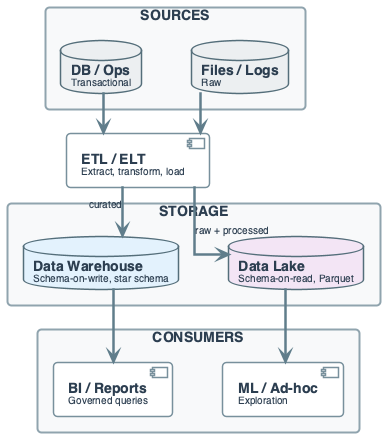
The PlantUML diagram diagrams/week05/week5_dwh_vs_lake.png in OrPerets/data-engineering-course, before a commit. Source of this version:
```plantuml
@startuml

top to bottom direction
skinparam linetype ortho
skinparam shadowing false
skinparam roundcorner 8
skinparam handwritten false
skinparam nodesep 50
skinparam ranksep 40

skinparam defaultFontName "Segoe UI, Helvetica, sans-serif"
skinparam defaultFontSize 16
skinparam defaultFontColor #2C3E50

skinparam rectangle {
    BackgroundColor #F8F9FA
    BorderColor #90A4AE
    BorderThickness 2
    FontSize 14
    Padding 14
}
skinparam component {
    BackgroundColor #FFFFFF
    BorderColor #78909C
    BorderThickness 1.5
    FontSize 14
    Padding 12
}
skinparam database {
    BackgroundColor #ECEFF1
    BorderColor #546E7A
    BorderThickness 1.5
    FontSize 14
}
skinparam arrow {
    Color #607D8B
    Thickness 2.5
    FontSize 11
}

rectangle "SOURCES" #F8F9FA {
    database "**DB / Ops**\n<size:10>Transactional</size>" as S1
    database "**Files / Logs**\n<size:10>Raw</size>" as S2
    S1 -[hidden]right- S2
}

component "**ETL / ELT**\n<size:10>Extract, transform, load</size>" as ETL

rectangle "STORAGE" #F8F9FA {
    database "**Data Warehouse**\n<size:10>Schema-on-write, star schema</size>" as DWH #E3F2FD
    database "**Data Lake**\n<size:10>Schema-on-read, Parquet</size>" as LAKE #F3E5F5
    DWH -[hidden]right- LAKE
}

rectangle "CONSUMERS" #F8F9FA {
    component "**BI / Reports**\n<size:10>Governed queries</size>" as BI
    component "**ML / Ad-hoc**\n<size:10>Exploration</size>" as ML
    BI -[hidden]right- ML
}

S1 -down-> ETL
S2 -down-> ETL
ETL -down-> DWH : <size:10>curated</size>
ETL -down-> LAKE : <size:10>raw + processed</size>
DWH -down-> BI
LAKE -down-> ML

@enduml
```
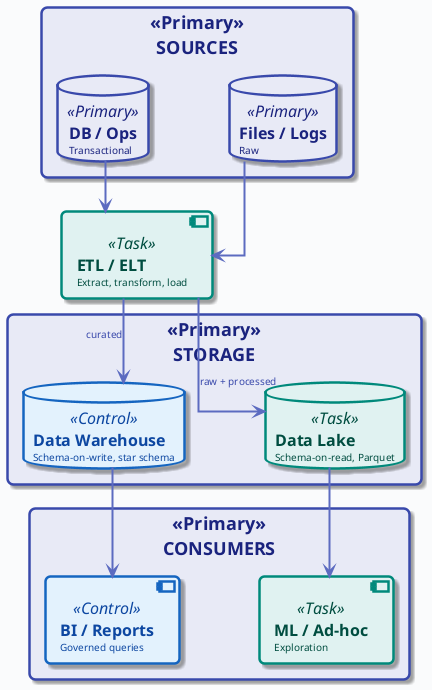
After the change.

Diff of the diagram source:
```diff
@@ -1,60 +1,26 @@
 @startuml
 
+!include ../_template_styles.puml
+
 top to bottom direction
-skinparam linetype ortho
-skinparam shadowing false
-skinparam roundcorner 8
-skinparam handwritten false
-skinparam nodesep 50
-skinparam ranksep 40
 
-skinparam defaultFontName "Segoe UI, Helvetica, sans-serif"
-skinparam defaultFontSize 16
-skinparam defaultFontColor #2C3E50
-
-skinparam rectangle {
-    BackgroundColor #F8F9FA
-    BorderColor #90A4AE
-    BorderThickness 2
-    FontSize 14
-    Padding 14
-}
-skinparam component {
-    BackgroundColor #FFFFFF
-    BorderColor #78909C
-    BorderThickness 1.5
-    FontSize 14
-    Padding 12
-}
-skinparam database {
-    BackgroundColor #ECEFF1
-    BorderColor #546E7A
-    BorderThickness 1.5
-    FontSize 14
-}
-skinparam arrow {
-    Color #607D8B
-    Thickness 2.5
-    FontSize 11
-}
-
-rectangle "SOURCES" #F8F9FA {
-    database "**DB / Ops**\n<size:10>Transactional</size>" as S1
-    database "**Files / Logs**\n<size:10>Raw</size>" as S2
+rectangle "SOURCES" <<Primary>> {
+    database "**DB / Ops**\n<size:10>Transactional</size>" as S1 <<Primary>>
+    database "**Files / Logs**\n<size:10>Raw</size>" as S2 <<Primary>>
     S1 -[hidden]right- S2
 }
 
-component "**ETL / ELT**\n<size:10>Extract, transform, load</size>" as ETL
+component "**ETL / ELT**\n<size:10>Extract, transform, load</size>" as ETL <<Task>>
 
-rectangle "STORAGE" #F8F9FA {
-    database "**Data Warehouse**\n<size:10>Schema-on-write, star schema</size>" as DWH #E3F2FD
-    database "**Data Lake**\n<size:10>Schema-on-read, Parquet</size>" as LAKE #F3E5F5
+rectangle "STORAGE" <<Primary>> {
+    database "**Data Warehouse**\n<size:10>Schema-on-write, star schema</size>" as DWH <<Control>>
+    database "**Data Lake**\n<size:10>Schema-on-read, Parquet</size>" as LAKE <<Task>>
     DWH -[hidden]right- LAKE
 }
 
-rectangle "CONSUMERS" #F8F9FA {
-    component "**BI / Reports**\n<size:10>Governed queries</size>" as BI
-    component "**ML / Ad-hoc**\n<size:10>Exploration</size>" as ML
+rectangle "CONSUMERS" <<Primary>> {
+    component "**BI / Reports**\n<size:10>Governed queries</size>" as BI <<Control>>
+    component "**ML / Ad-hoc**\n<size:10>Exploration</size>" as ML <<Task>>
     BI -[hidden]right- ML
 }
 
```
